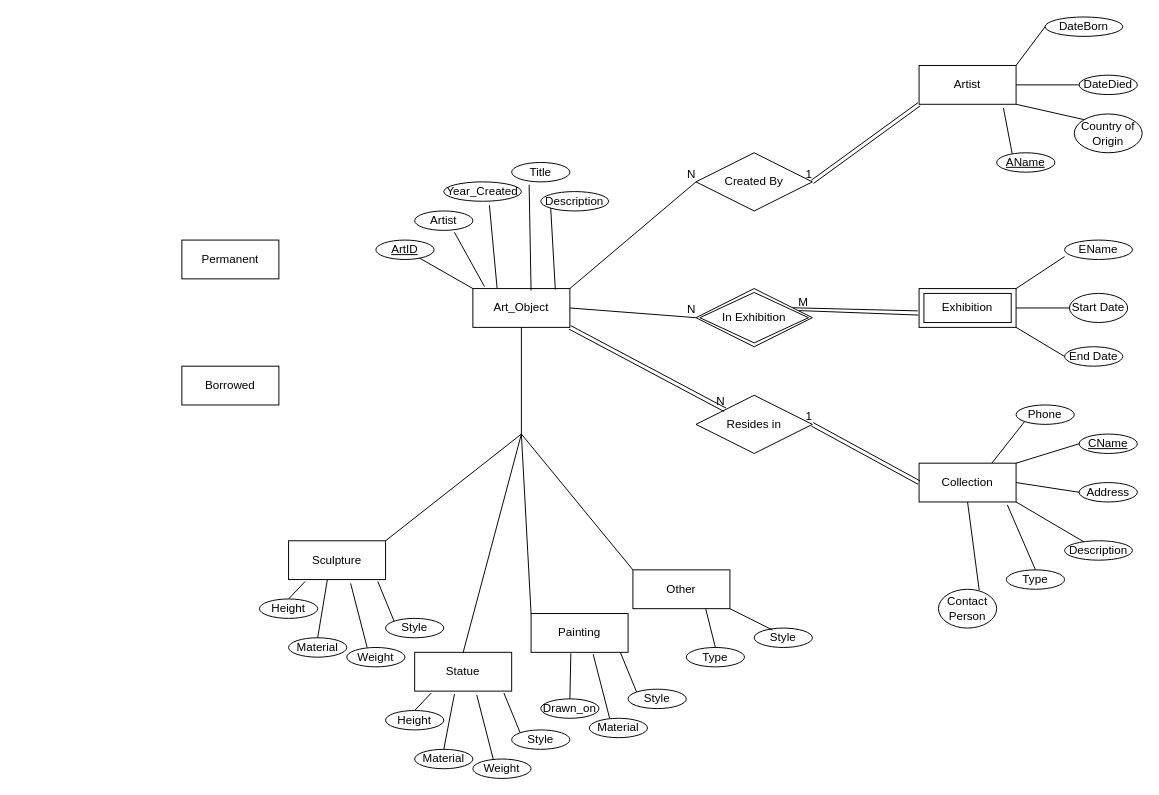
ENSF-300-F23/museum-project-l02-group-22 keeps this draw.io diagram as database design/eerdMusem.drawio. Above is the earlier version. Source tidied: cells renumbered, new cells numbered last; positions are measured from the earlier drawing's top-left corner, leaving out a move shared by most shapes. Both pictures are drawn from the tidied source at 97%, with x=0, y=0 at pixel (181, 16).
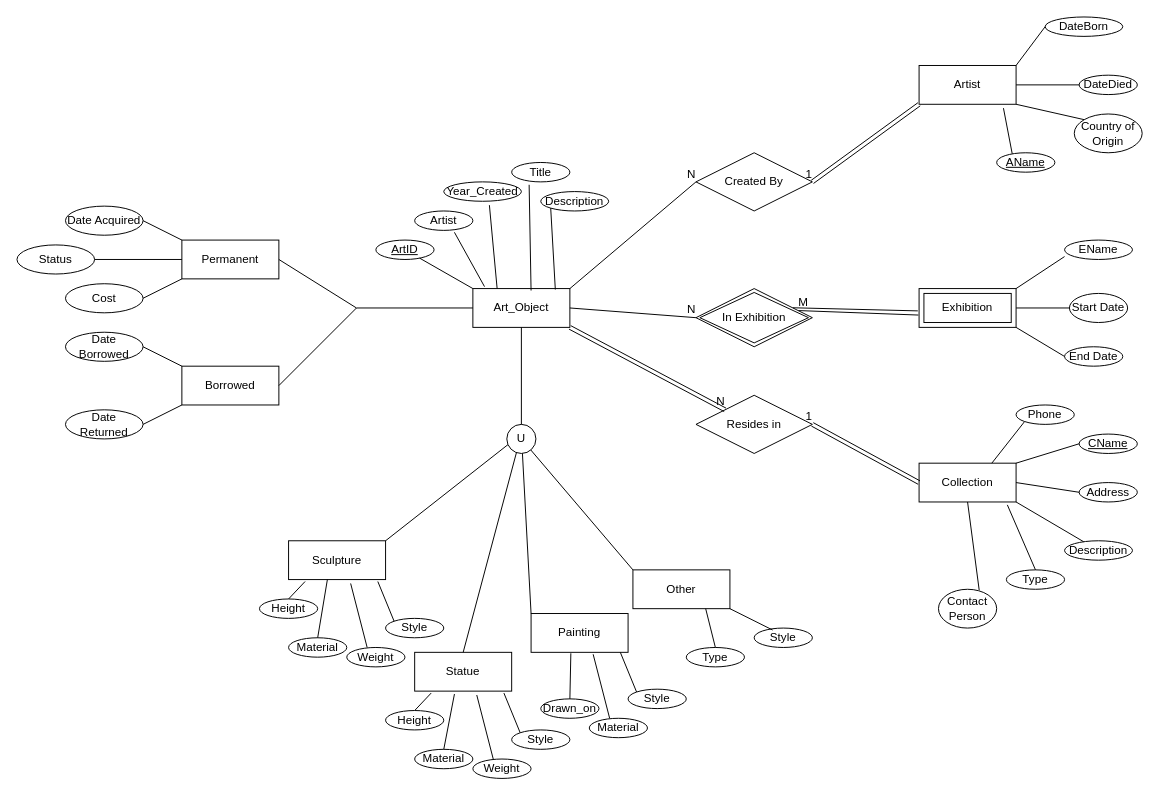
Above is the later version.

Commit message:
Finished first rough draft of EERD Not sure of a few things

1. Not all attribute types are labelled
2. Union or Subtype/Supertype may not be correct
3. Borrowed/Owned relation to object not done

Other than that this diagram should be mostly right

The change refers to these unchanged cells:
```xml
<mxCell id="2" value="Art_Object" style="whiteSpace=wrap;html=1;align=center;" parent="1" vertex="1">
  <mxGeometry x="300" y="280" width="100" height="40" as="geometry" />
</mxCell>
<mxCell id="6" value="Borrowed" style="whiteSpace=wrap;html=1;align=center;" parent="1" vertex="1">
  <mxGeometry y="360" width="100" height="40" as="geometry" />
</mxCell>
<mxCell id="7" value="Permanent" style="whiteSpace=wrap;html=1;align=center;" parent="1" vertex="1">
  <mxGeometry y="230" width="100" height="40" as="geometry" />
</mxCell>
<mxCell id="61" value="Other" style="whiteSpace=wrap;html=1;align=center;" parent="1" vertex="1">
  <mxGeometry x="465" y="570" width="100" height="40" as="geometry" />
</mxCell>
```

The edit, as a diff of the source:
```diff
@@
-    <mxCell id="63" style="endArrow=none;html=1;entryX=0;entryY=0;entryDx=0;entryDy=0;" parent="1" edge="1" target="61">
-      <mxGeometry relative="1" as="geometry">
-        <mxPoint x="350" y="430" as="sourcePoint" />
-      </mxGeometry>
+    <mxCell id="63" style="endArrow=none;html=1;entryX=0;entryY=0;entryDx=0;entryDy=0;startArrow=none;" parent="1" edge="1" source="109" target="61">
+      <mxGeometry relative="1" as="geometry" />
     </mxCell>
@@
+    <mxCell id="95" value="Date Acquired" style="ellipse;whiteSpace=wrap;html=1;align=center;" parent="1" vertex="1">
+      <mxGeometry x="-120" y="195" width="80" height="30" as="geometry" />
+    </mxCell>
+    <mxCell id="96" value="Status" style="ellipse;whiteSpace=wrap;html=1;align=center;" parent="1" vertex="1">
+      <mxGeometry x="-170" y="235" width="80" height="30" as="geometry" />
+    </mxCell>
+    <mxCell id="97" value="Cost" style="ellipse;whiteSpace=wrap;html=1;align=center;" parent="1" vertex="1">
+      <mxGeometry x="-120" y="275" width="80" height="30" as="geometry" />
+    </mxCell>
+    <mxCell id="98" style="endArrow=none;html=1;entryX=1;entryY=0.5;entryDx=0;entryDy=0;exitX=0;exitY=0;exitDx=0;exitDy=0;" parent="1" edge="1" source="7" target="95">
+      <mxGeometry relative="1" as="geometry" />
+    </mxCell>
+    <mxCell id="99" style="endArrow=none;html=1;entryX=1;entryY=0.5;entryDx=0;entryDy=0;exitX=0;exitY=0.5;exitDx=0;exitDy=0;" parent="1" edge="1" source="7" target="96">
+      <mxGeometry relative="1" as="geometry" />
+    </mxCell>
+    <mxCell id="100" style="endArrow=none;html=1;entryX=0;entryY=1;entryDx=0;entryDy=0;exitX=1;exitY=0.5;exitDx=0;exitDy=0;" parent="1" edge="1" source="97" target="7">
+      <mxGeometry relative="1" as="geometry" />
+    </mxCell>
+    <mxCell id="101" value="Date Borrowed" style="ellipse;whiteSpace=wrap;html=1;align=center;" parent="1" vertex="1">
+      <mxGeometry x="-120" y="325" width="80" height="30" as="geometry" />
+    </mxCell>
+    <mxCell id="102" value="Date Returned" style="ellipse;whiteSpace=wrap;html=1;align=center;" parent="1" vertex="1">
+      <mxGeometry x="-120" y="405" width="80" height="30" as="geometry" />
+    </mxCell>
+    <mxCell id="103" style="endArrow=none;html=1;entryX=1;entryY=0.5;entryDx=0;entryDy=0;exitX=0;exitY=0;exitDx=0;exitDy=0;" parent="1" edge="1" target="101">
+      <mxGeometry relative="1" as="geometry">
+        <mxPoint y="360" as="sourcePoint" />
+      </mxGeometry>
+    </mxCell>
+    <mxCell id="104" style="endArrow=none;html=1;entryX=0;entryY=1;entryDx=0;entryDy=0;exitX=1;exitY=0.5;exitDx=0;exitDy=0;" parent="1" edge="1" source="102">
+      <mxGeometry relative="1" as="geometry">
+        <mxPoint y="400" as="targetPoint" />
+      </mxGeometry>
+    </mxCell>
+    <mxCell id="105" style="endArrow=none;html=1;entryX=1;entryY=0.5;entryDx=0;entryDy=0;" parent="1" edge="1" target="7">
+      <mxGeometry relative="1" as="geometry">
+        <mxPoint x="180" y="300" as="sourcePoint" />
+      </mxGeometry>
+    </mxCell>
+    <mxCell id="106" style="endArrow=none;html=1;entryX=1;entryY=0.5;entryDx=0;entryDy=0;" parent="1" edge="1" target="6">
+      <mxGeometry relative="1" as="geometry">
+        <mxPoint x="180" y="300" as="sourcePoint" />
+      </mxGeometry>
+    </mxCell>
+    <mxCell id="107" style="endArrow=none;html=1;entryX=0;entryY=0.5;entryDx=0;entryDy=0;" parent="1" edge="1" target="2">
+      <mxGeometry relative="1" as="geometry">
+        <mxPoint x="180" y="300" as="sourcePoint" />
+      </mxGeometry>
+    </mxCell>
+    <mxCell id="108" style="endArrow=none;html=1;entryX=0;entryY=0;entryDx=0;entryDy=0;" parent="1" edge="1" target="109">
+      <mxGeometry relative="1" as="geometry">
+        <mxPoint x="350" y="430" as="sourcePoint" />
+      </mxGeometry>
+    </mxCell>
+    <mxCell id="109" value="U" style="ellipse;whiteSpace=wrap;html=1;" parent="1" vertex="1">
+      <mxGeometry x="335" y="420" width="30" height="30" as="geometry" />
+    </mxCell>
```
